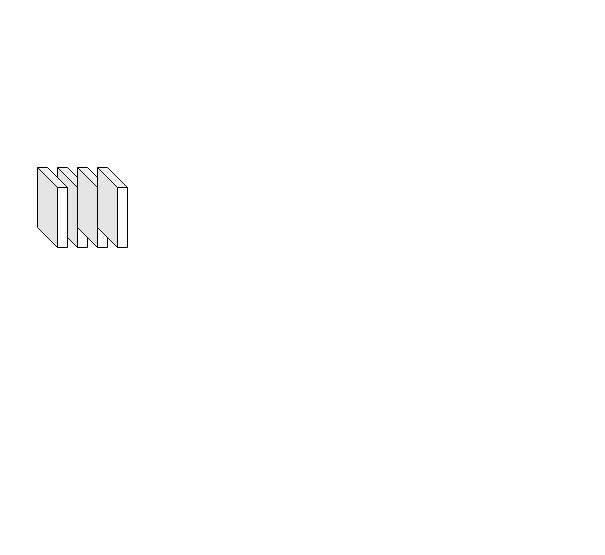
The draw.io diagram model.drawio in junsuyiji/ai---code, before the edit. Source tidied: cells renumbered, new cells numbered last; positions are measured from the earlier drawing's top-left corner, leaving out a move shared by most shapes. Both pictures are drawn from the tidied source at 100%, with x=0, y=0 at pixel (37, 167).
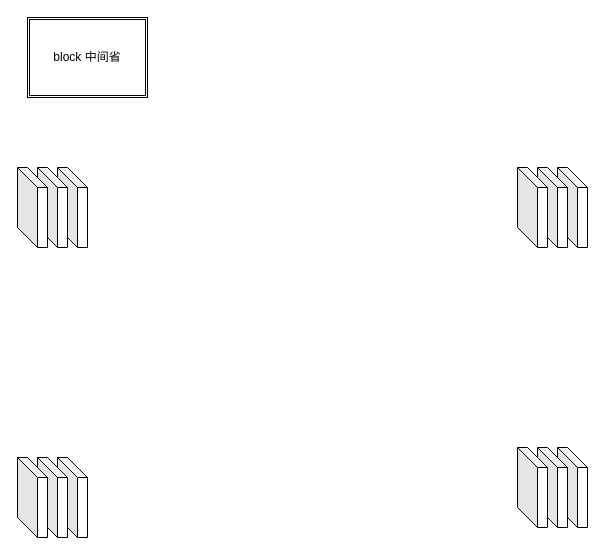
The same page after the edit.

Diff of the diagram source:
```diff
@@
 <mxGraphModel>
   <root>
     <mxCell id="0" />
     <mxCell id="1" parent="0" />
     <mxCell id="2" style="shape=cube;whiteSpace=wrap;html=1;boundedLbl=1;backgroundOutline=1;darkOpacity=0.05;darkOpacity2=0.1;" parent="1" vertex="1">
       <mxGeometry x="20" width="30" height="80" as="geometry" />
     </mxCell>
     <mxCell id="3" style="shape=cube;whiteSpace=wrap;html=1;boundedLbl=1;backgroundOutline=1;darkOpacity=0.05;darkOpacity2=0.1;" parent="1" vertex="1">
       <mxGeometry width="30" height="80" as="geometry" />
     </mxCell>
-    <mxCell id="4" style="shape=cube;whiteSpace=wrap;html=1;boundedLbl=1;backgroundOutline=1;darkOpacity=0.05;darkOpacity2=0.1;" parent="1" vertex="1">
-      <mxGeometry x="40" width="30" height="80" as="geometry" />
-    </mxCell>
     <mxCell id="5" style="shape=cube;whiteSpace=wrap;html=1;boundedLbl=1;backgroundOutline=1;darkOpacity=0.05;darkOpacity2=0.1;" parent="1" vertex="1">
-      <mxGeometry x="60" width="30" height="80" as="geometry" />
+      <mxGeometry x="-20" width="30" height="80" as="geometry" />
     </mxCell>
+    <mxCell id="6" value="block 中间省" style="shape=ext;double=1;rounded=0;whiteSpace=wrap;html=1;" parent="1" vertex="1">
+      <mxGeometry x="-10" y="-150" width="120" height="80" as="geometry" />
+    </mxCell>
+    <mxCell id="7" style="shape=cube;whiteSpace=wrap;html=1;boundedLbl=1;backgroundOutline=1;darkOpacity=0.05;darkOpacity2=0.1;" parent="1" vertex="1">
+      <mxGeometry x="20" y="290" width="30" height="80" as="geometry" />
+    </mxCell>
+    <mxCell id="8" style="shape=cube;whiteSpace=wrap;html=1;boundedLbl=1;backgroundOutline=1;darkOpacity=0.05;darkOpacity2=0.1;" parent="1" vertex="1">
+      <mxGeometry y="290" width="30" height="80" as="geometry" />
+    </mxCell>
+    <mxCell id="9" style="shape=cube;whiteSpace=wrap;html=1;boundedLbl=1;backgroundOutline=1;darkOpacity=0.05;darkOpacity2=0.1;" parent="1" vertex="1">
+      <mxGeometry x="-20" y="290" width="30" height="80" as="geometry" />
+    </mxCell>
+    <mxCell id="10" style="shape=cube;whiteSpace=wrap;html=1;boundedLbl=1;backgroundOutline=1;darkOpacity=0.05;darkOpacity2=0.1;" parent="1" vertex="1">
+      <mxGeometry x="520" width="30" height="80" as="geometry" />
+    </mxCell>
+    <mxCell id="11" style="shape=cube;whiteSpace=wrap;html=1;boundedLbl=1;backgroundOutline=1;darkOpacity=0.05;darkOpacity2=0.1;" parent="1" vertex="1">
+      <mxGeometry x="500" width="30" height="80" as="geometry" />
+    </mxCell>
+    <mxCell id="12" style="shape=cube;whiteSpace=wrap;html=1;boundedLbl=1;backgroundOutline=1;darkOpacity=0.05;darkOpacity2=0.1;" parent="1" vertex="1">
+      <mxGeometry x="480" width="30" height="80" as="geometry" />
+    </mxCell>
+    <mxCell id="13" style="shape=cube;whiteSpace=wrap;html=1;boundedLbl=1;backgroundOutline=1;darkOpacity=0.05;darkOpacity2=0.1;" parent="1" vertex="1">
+      <mxGeometry x="520" y="280" width="30" height="80" as="geometry" />
+    </mxCell>
+    <mxCell id="14" style="shape=cube;whiteSpace=wrap;html=1;boundedLbl=1;backgroundOutline=1;darkOpacity=0.05;darkOpacity2=0.1;" parent="1" vertex="1">
+      <mxGeometry x="500" y="280" width="30" height="80" as="geometry" />
+    </mxCell>
+    <mxCell id="15" style="shape=cube;whiteSpace=wrap;html=1;boundedLbl=1;backgroundOutline=1;darkOpacity=0.05;darkOpacity2=0.1;" parent="1" vertex="1">
+      <mxGeometry x="480" y="280" width="30" height="80" as="geometry" />
+    </mxCell>
   </root>
 </mxGraphModel>
```
